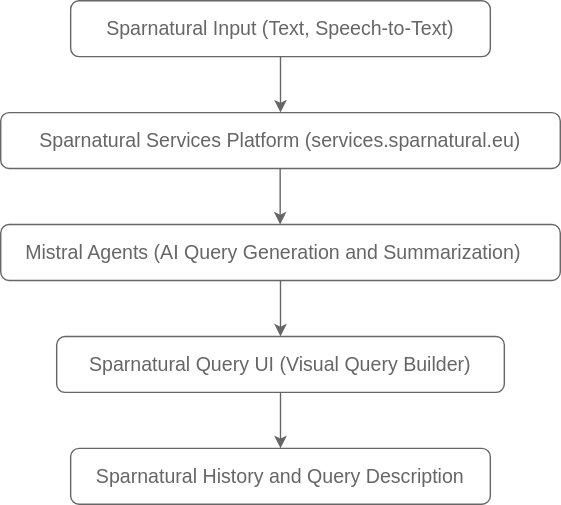
The draw.io diagram assets/img/Diagramme-en.drawio.svg in sparna-git/sparnatural-ai, before a commit. Source tidied: cells renumbered, new cells last; positions are measured from the earlier drawing's top-left corner, leaving out a move shared by most shapes. Its diagram source:
```xml
<mxGraphModel>
  <root>
    <mxCell id="0" />
    <mxCell id="1" parent="0" />
    <mxCell id="2" style="rounded=1;whiteSpace=wrap;html=1;fontColor=#666666;strokeColor=#666666;" parent="1" vertex="1">
      <mxGeometry x="50" y="320" width="300" height="40" as="geometry" />
    </mxCell>
    <mxCell id="3" style="rounded=1;whiteSpace=wrap;html=1;strokeColor=#666666;" parent="1" vertex="1">
      <mxGeometry x="40" y="240" width="320" height="40" as="geometry" />
    </mxCell>
    <mxCell id="4" style="rounded=1;whiteSpace=wrap;html=1;strokeColor=#666666;" parent="1" vertex="1">
      <mxGeometry y="160" width="400" height="40" as="geometry" />
    </mxCell>
    <mxCell id="5" style="rounded=1;whiteSpace=wrap;html=1;strokeColor=#666666;" parent="1" vertex="1">
      <mxGeometry y="80" width="400" height="40" as="geometry" />
    </mxCell>
    <mxCell id="6" style="rounded=1;whiteSpace=wrap;html=1;fontColor=#666666;strokeColor=#666666;" parent="1" vertex="1">
      <mxGeometry x="50" width="300" height="40" as="geometry" />
    </mxCell>
    <mxCell id="7" style="endArrow=classic;html=1;rounded=0;exitX=0.5;exitY=1;exitDx=0;exitDy=0;entryX=0.5;entryY=0;entryDx=0;entryDy=0;fontColor=light-dark(#000000,#000000);strokeColor=#666666;" parent="1" edge="1">
      <mxGeometry relative="1" as="geometry">
        <mxPoint x="200" y="40" as="sourcePoint" />
        <mxPoint x="200" y="80" as="targetPoint" />
      </mxGeometry>
    </mxCell>
    <mxCell id="8" style="endArrow=classic;html=1;rounded=0;exitX=0.5;exitY=1;exitDx=0;exitDy=0;entryX=0.5;entryY=0;entryDx=0;entryDy=0;fontColor=light-dark(#000000,#000000);strokeColor=#666666;" parent="1" edge="1">
      <mxGeometry relative="1" as="geometry">
        <mxPoint x="200" y="200" as="sourcePoint" />
        <mxPoint x="200" y="240" as="targetPoint" />
      </mxGeometry>
    </mxCell>
    <mxCell id="9" style="endArrow=classic;html=1;rounded=0;exitX=0.5;exitY=1;exitDx=0;exitDy=0;fontColor=light-dark(#000000,#000000);strokeColor=#666666;" parent="1" edge="1">
      <mxGeometry relative="1" as="geometry">
        <mxPoint x="200" y="280" as="sourcePoint" />
        <mxPoint x="200" y="320" as="targetPoint" />
      </mxGeometry>
    </mxCell>
    <mxCell id="10" value="&lt;font face=&quot;https://fonts.googleapis.com/css?family=Montserrat:300,400,500,700|Open+Sans:300,300i,400,400i,700,700i&quot; style=&quot;background-color: rgb(255, 255, 255); font-size: 14px;&quot;&gt;Sparnatural Input (Text, Speech-to-Text)&lt;/font&gt;" style="text;html=1;align=center;verticalAlign=middle;whiteSpace=wrap;rounded=0;fillColor=none;perimeter=rectanglePerimeter;perimeterSpacing=5;fontColor=#666666;" parent="1" vertex="1">
      <mxGeometry x="50" width="300" height="40" as="geometry" />
    </mxCell>
    <mxCell id="11" value="&lt;pre&gt;&lt;br&gt;&lt;/pre&gt;" style="text;html=1;align=center;verticalAlign=middle;whiteSpace=wrap;rounded=0;" parent="1" vertex="1">
      <mxGeometry x="5" y="80" width="335" height="40" as="geometry" />
    </mxCell>
    <mxCell id="12" value="&lt;font style=&quot;font-size: 14px;&quot; face=&quot;https://fonts.googleapis.com/css?family=Montserrat:300,400,500,700|Open+Sans:300,300i,400,400i,700,700i&quot;&gt;Sparnatural Services Platform (services.sparnatural.eu)&lt;/font&gt;" style="text;html=1;align=center;verticalAlign=middle;whiteSpace=wrap;rounded=0;fontColor=#666666;" parent="1" vertex="1">
      <mxGeometry y="80" width="400" height="40" as="geometry" />
    </mxCell>
    <mxCell id="13" value="&lt;font style=&quot;font-size: 14px;&quot;&gt;Mistral Agents (AI Query Generation and Summarization)&lt;/font&gt;" style="text;html=1;align=center;verticalAlign=middle;whiteSpace=wrap;rounded=0;fontColor=#666666;" parent="1" vertex="1">
      <mxGeometry y="160" width="390" height="40" as="geometry" />
    </mxCell>
    <mxCell id="14" value="&lt;font style=&quot;font-size: 14px;&quot; face=&quot;https://fonts.googleapis.com/css?family=Montserrat:300,400,500,700|Open+Sans:300,300i,400,400i,700,700i&quot;&gt;Sparnatural Query UI (Visual Query Builder)&lt;/font&gt;" style="text;html=1;align=center;verticalAlign=middle;whiteSpace=wrap;rounded=0;fontColor=#666666;" parent="1" vertex="1">
      <mxGeometry x="40" y="240" width="320" height="40" as="geometry" />
    </mxCell>
    <mxCell id="15" value="&lt;font style=&quot;font-size: 14px;&quot;&gt;Sparnatural History and Query Description&lt;/font&gt;" style="text;html=1;align=center;verticalAlign=middle;whiteSpace=wrap;rounded=0;fontColor=#666666;" parent="1" vertex="1">
      <mxGeometry x="50" y="320" width="300" height="40" as="geometry" />
    </mxCell>
    <mxCell id="16" style="endArrow=classic;html=1;rounded=0;exitX=0.5;exitY=1;exitDx=0;exitDy=0;entryX=0.5;entryY=0;entryDx=0;entryDy=0;fontColor=light-dark(#000000,#000000);strokeColor=#666666;" parent="1" edge="1">
      <mxGeometry relative="1" as="geometry">
        <mxPoint x="199.8" y="120" as="sourcePoint" />
        <mxPoint x="199.8" y="160" as="targetPoint" />
      </mxGeometry>
    </mxCell>
  </root>
</mxGraphModel>
```
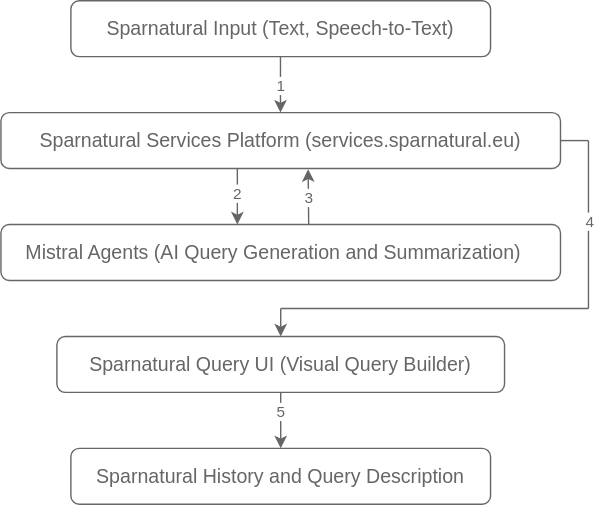
The same diagram one commit later.

What changed in the source:
```diff
@@ -19,22 +19,24 @@
     </mxCell>
     <mxCell id="7" style="endArrow=classic;html=1;rounded=0;exitX=0.5;exitY=1;exitDx=0;exitDy=0;entryX=0.5;entryY=0;entryDx=0;entryDy=0;fontColor=light-dark(#000000,#000000);strokeColor=#666666;" parent="1" edge="1">
       <mxGeometry relative="1" as="geometry">
-        <mxPoint x="200" y="40" as="sourcePoint" />
-        <mxPoint x="200" y="80" as="targetPoint" />
+        <mxPoint x="199.8" y="40" as="sourcePoint" />
+        <mxPoint x="199.8" y="80" as="targetPoint" />
       </mxGeometry>
     </mxCell>
-    <mxCell id="8" style="endArrow=classic;html=1;rounded=0;exitX=0.5;exitY=1;exitDx=0;exitDy=0;entryX=0.5;entryY=0;entryDx=0;entryDy=0;fontColor=light-dark(#000000,#000000);strokeColor=#666666;" parent="1" edge="1">
-      <mxGeometry relative="1" as="geometry">
-        <mxPoint x="200" y="200" as="sourcePoint" />
-        <mxPoint x="200" y="240" as="targetPoint" />
-      </mxGeometry>
-    </mxCell>
+    <mxCell id="17" value="&lt;font style=&quot;color: rgb(102, 102, 102);&quot;&gt;1&lt;/font&gt;" style="edgeLabel;html=1;align=center;verticalAlign=middle;" parent="7" vertex="1">
+      <mxGeometry x="-0.4" relative="1" as="geometry">
+        <mxPoint y="8" as="offset" />
+      </mxGeometry>
+    </mxCell>
     <mxCell id="9" style="endArrow=classic;html=1;rounded=0;exitX=0.5;exitY=1;exitDx=0;exitDy=0;fontColor=light-dark(#000000,#000000);strokeColor=#666666;" parent="1" edge="1">
       <mxGeometry relative="1" as="geometry">
         <mxPoint x="200" y="280" as="sourcePoint" />
         <mxPoint x="200" y="320" as="targetPoint" />
       </mxGeometry>
     </mxCell>
+    <mxCell id="18" value="&lt;font style=&quot;color: rgb(102, 102, 102);&quot;&gt;5&lt;/font&gt;" style="edgeLabel;html=1;align=center;verticalAlign=middle;" parent="9" vertex="1">
+      <mxGeometry x="-0.32" relative="1" as="geometry" />
+    </mxCell>
     <mxCell id="10" value="&lt;font face=&quot;https://fonts.googleapis.com/css?family=Montserrat:300,400,500,700|Open+Sans:300,300i,400,400i,700,700i&quot; style=&quot;background-color: rgb(255, 255, 255); font-size: 14px;&quot;&gt;Sparnatural Input (Text, Speech-to-Text)&lt;/font&gt;" style="text;html=1;align=center;verticalAlign=middle;whiteSpace=wrap;rounded=0;fillColor=none;perimeter=rectanglePerimeter;perimeterSpacing=5;fontColor=#666666;" parent="1" vertex="1">
       <mxGeometry x="50" width="300" height="40" as="geometry" />
     </mxCell>
@@ -47,17 +49,53 @@
     <mxCell id="13" value="&lt;font style=&quot;font-size: 14px;&quot;&gt;Mistral Agents (AI Query Generation and Summarization)&lt;/font&gt;" style="text;html=1;align=center;verticalAlign=middle;whiteSpace=wrap;rounded=0;fontColor=#666666;" parent="1" vertex="1">
       <mxGeometry y="160" width="390" height="40" as="geometry" />
     </mxCell>
-    <mxCell id="14" value="&lt;font style=&quot;font-size: 14px;&quot; face=&quot;https://fonts.googleapis.com/css?family=Montserrat:300,400,500,700|Open+Sans:300,300i,400,400i,700,700i&quot;&gt;Sparnatural Query UI (Visual Query Builder)&lt;/font&gt;" style="text;html=1;align=center;verticalAlign=middle;whiteSpace=wrap;rounded=0;fontColor=#666666;" parent="1" vertex="1">
+    <mxCell id="14" value="&lt;font style=&quot;font-size: 14px; color: rgb(102, 102, 102);&quot; face=&quot;https://fonts.googleapis.com/css?family=Montserrat:300,400,500,700|Open+Sans:300,300i,400,400i,700,700i&quot;&gt;Sparnatural Query UI (Visual Query Builder)&lt;/font&gt;" style="text;html=1;align=center;verticalAlign=middle;whiteSpace=wrap;rounded=0;fontColor=#666666;" parent="1" vertex="1">
       <mxGeometry x="40" y="240" width="320" height="40" as="geometry" />
     </mxCell>
-    <mxCell id="15" value="&lt;font style=&quot;font-size: 14px;&quot;&gt;Sparnatural History and Query Description&lt;/font&gt;" style="text;html=1;align=center;verticalAlign=middle;whiteSpace=wrap;rounded=0;fontColor=#666666;" parent="1" vertex="1">
+    <mxCell id="15" value="&lt;font style=&quot;font-size: 14px; color: rgb(102, 102, 102);&quot;&gt;Sparnatural History and Query Description&lt;/font&gt;" style="text;html=1;align=center;verticalAlign=middle;whiteSpace=wrap;rounded=0;fontColor=#666666;" parent="1" vertex="1">
       <mxGeometry x="50" y="320" width="300" height="40" as="geometry" />
     </mxCell>
     <mxCell id="16" style="endArrow=classic;html=1;rounded=0;exitX=0.5;exitY=1;exitDx=0;exitDy=0;entryX=0.5;entryY=0;entryDx=0;entryDy=0;fontColor=light-dark(#000000,#000000);strokeColor=#666666;" parent="1" edge="1">
       <mxGeometry relative="1" as="geometry">
-        <mxPoint x="199.8" y="120" as="sourcePoint" />
-        <mxPoint x="199.8" y="160" as="targetPoint" />
+        <mxPoint x="169" y="120" as="sourcePoint" />
+        <mxPoint x="169" y="160" as="targetPoint" />
       </mxGeometry>
     </mxCell>
+    <mxCell id="19" value="&lt;font style=&quot;color: rgb(102, 102, 102);&quot;&gt;2&lt;/font&gt;" style="edgeLabel;html=1;align=center;verticalAlign=middle;" parent="16" vertex="1">
+      <mxGeometry x="-0.16" relative="1" as="geometry" />
+    </mxCell>
+    <mxCell id="20" style="endArrow=classic;html=1;rounded=0;fontColor=light-dark(#000000,#000000);strokeColor=#666666;entryX=0.549;entryY=1.012;entryDx=0;entryDy=0;entryPerimeter=0;" parent="1" edge="1" target="12">
+      <mxGeometry relative="1" as="geometry">
+        <mxPoint x="220" y="160" as="sourcePoint" />
+      </mxGeometry>
+    </mxCell>
+    <mxCell id="21" value="&lt;font style=&quot;color: rgb(102, 102, 102);&quot;&gt;3&lt;/font&gt;" style="edgeLabel;html=1;align=center;verticalAlign=middle;" parent="20" vertex="1">
+      <mxGeometry x="-0.02" relative="1" as="geometry" />
+    </mxCell>
+    <mxCell id="22" style="endArrow=classic;html=1;entryX=0.5;entryY=0;entryDx=0;entryDy=0;strokeColor=#666666;" parent="1" edge="1" target="14">
+      <mxGeometry relative="1" as="geometry">
+        <mxPoint x="200" y="220" as="sourcePoint" />
+      </mxGeometry>
+    </mxCell>
+    <mxCell id="23" style="endArrow=none;html=1;strokeColor=#666666;" parent="1" edge="1">
+      <mxGeometry relative="1" as="geometry">
+        <mxPoint x="200" y="220" as="sourcePoint" />
+        <mxPoint x="420" y="220" as="targetPoint" />
+      </mxGeometry>
+    </mxCell>
+    <mxCell id="24" style="endArrow=none;html=1;strokeColor=#666666;" parent="1" edge="1">
+      <mxGeometry relative="1" as="geometry">
+        <mxPoint x="420" y="220" as="sourcePoint" />
+        <mxPoint x="420" y="100" as="targetPoint" />
+      </mxGeometry>
+    </mxCell>
+    <mxCell id="25" value="&lt;font style=&quot;color: rgb(102, 102, 102);&quot;&gt;4&lt;/font&gt;" style="edgeLabel;html=1;align=center;verticalAlign=middle;" parent="24" vertex="1">
+      <mxGeometry x="0.05" y="-1" relative="1" as="geometry" />
+    </mxCell>
+    <mxCell id="26" style="endArrow=none;html=1;exitX=1;exitY=0.5;exitDx=0;exitDy=0;strokeColor=#666666;" parent="1" edge="1" source="12">
+      <mxGeometry relative="1" as="geometry">
+        <mxPoint x="420" y="100" as="targetPoint" />
+      </mxGeometry>
+    </mxCell>
   </root>
 </mxGraphModel>
```
